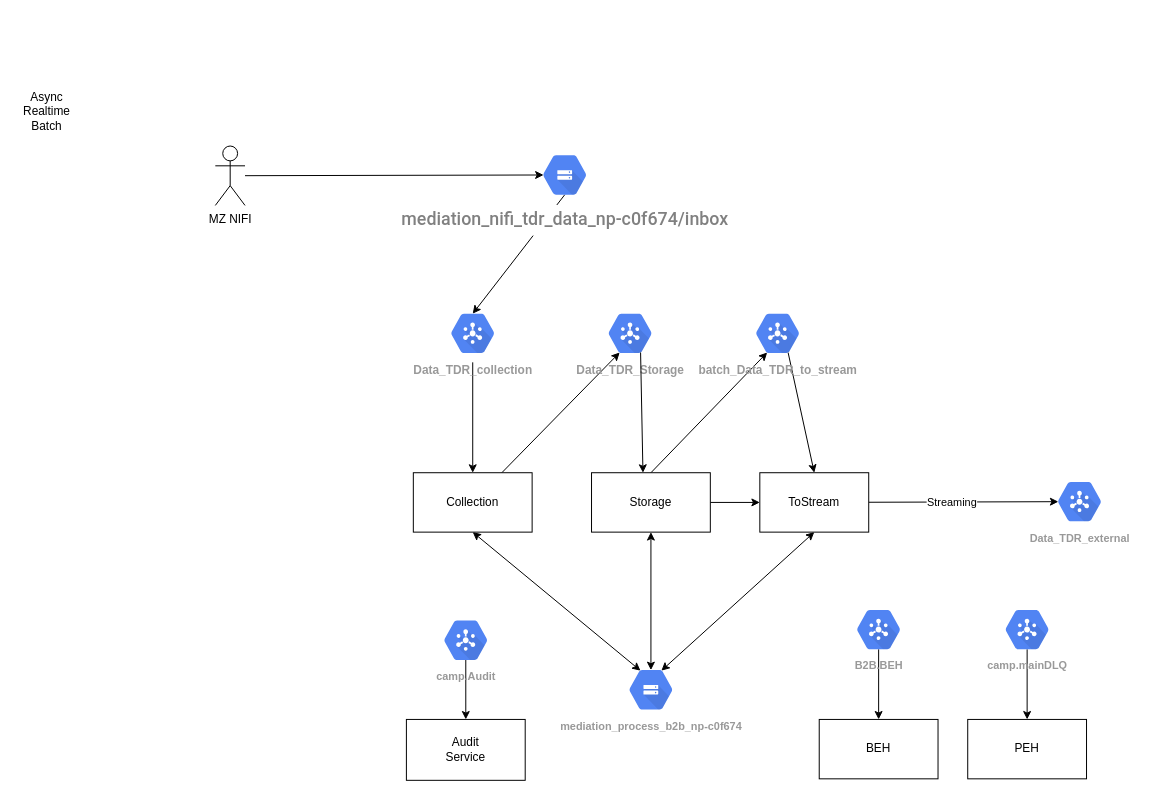
macsymwang/mediation-doc keeps this draw.io diagram as mindmap/b2bflow.drawio. Above is the earlier version. Source tidied: cells renumbered, new cells numbered last; positions are measured from the earlier drawing's top-left corner, leaving out a move shared by most shapes. Both pictures are drawn from the tidied source at 99%, with x=0, y=0 at pixel (17, 96).
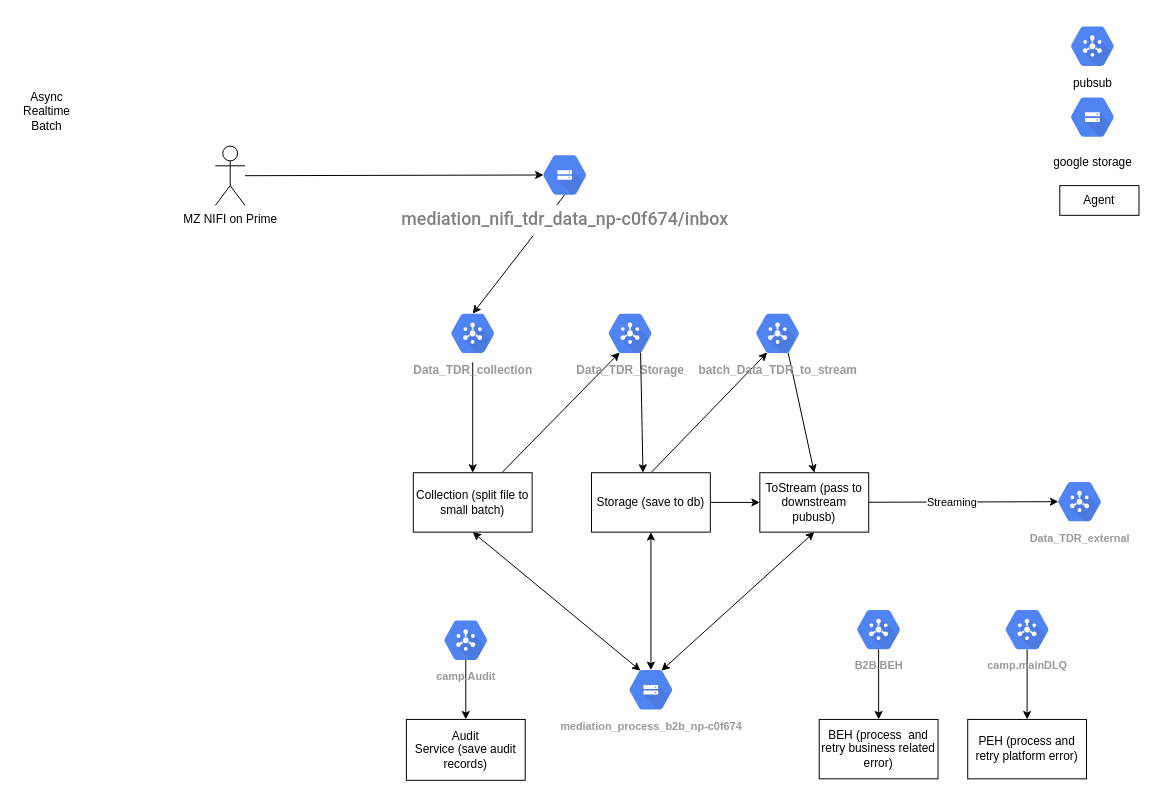
The same diagram, later.

The edit, as a diff of the source:
```diff
@@
-    <mxCell id="4" value="Collection" style="rounded=0;whiteSpace=wrap;html=1;" parent="1" vertex="1">
+    <mxCell id="4" value="Collection (split file to small batch)" style="rounded=0;whiteSpace=wrap;html=1;" parent="1" vertex="1">
       <mxGeometry x="400" y="380" width="120" height="60" as="geometry" />
     </mxCell>
@@
-    <mxCell id="8" value="Storage" style="rounded=0;whiteSpace=wrap;html=1;" parent="1" vertex="1">
+    <mxCell id="8" value="Storage (save to db)" style="rounded=0;whiteSpace=wrap;html=1;" parent="1" vertex="1">
       <mxGeometry x="580" y="380" width="120" height="60" as="geometry" />
     </mxCell>
@@
-    <mxCell id="12" value="ToStream" style="rounded=0;whiteSpace=wrap;html=1;" parent="1" vertex="1">
+    <mxCell id="12" value="ToStream (pass to downstream pubusb)" style="rounded=0;whiteSpace=wrap;html=1;" parent="1" vertex="1">
       <mxGeometry x="750" y="380" width="110" height="60" as="geometry" />
     </mxCell>
@@
-    <mxCell id="16" value="MZ NIFI" style="shape=umlActor;verticalLabelPosition=bottom;verticalAlign=top;html=1;outlineConnect=0;" parent="1" vertex="1">
+    <mxCell id="16" value="MZ NIFI on Prime" style="shape=umlActor;verticalLabelPosition=bottom;verticalAlign=top;html=1;outlineConnect=0;" parent="1" vertex="1">
       <mxGeometry x="200" y="50" width="30" height="60" as="geometry" />
     </mxCell>
@@
-    <mxCell id="26" value="BEH" style="rounded=0;whiteSpace=wrap;html=1;" parent="1" vertex="1">
+    <mxCell id="26" value="BEH (process&amp;nbsp; and retry business related error)" style="rounded=0;whiteSpace=wrap;html=1;" parent="1" vertex="1">
       <mxGeometry x="810" y="629.2" width="120" height="60" as="geometry" />
     </mxCell>
-    <mxCell id="27" value="PEH" style="rounded=0;whiteSpace=wrap;html=1;" parent="1" vertex="1">
+    <mxCell id="27" value="PEH (process and retry platform error)" style="rounded=0;whiteSpace=wrap;html=1;" parent="1" vertex="1">
       <mxGeometry x="960" y="629.2" width="120" height="60" as="geometry" />
     </mxCell>
@@
-    <mxCell id="34" value="Audit&lt;br&gt;Service" style="rounded=0;whiteSpace=wrap;html=1;" parent="1" vertex="1">
+    <mxCell id="34" value="Audit&lt;br&gt;Service (save audit records)" style="rounded=0;whiteSpace=wrap;html=1;" parent="1" vertex="1">
       <mxGeometry x="393" y="629.2" width="120" height="61.5" as="geometry" />
     </mxCell>
+    <mxCell id="35" value="&lt;h2 style=&quot;box-sizing: border-box; border: 0px; margin-right: 0px; margin-bottom: 8px; margin-left: 0px; outline: 0px; padding: 0px; vertical-align: baseline; text-rendering: auto; overflow-wrap: break-word; position: relative; line-height: 28px; max-width: 512px; bottom: auto; word-break: break-word; text-align: start; background-color: rgb(255, 255, 255); margin-top: 0px !important;&quot; class=&quot;cfc-space-first ng-star-inserted&quot;&gt;&lt;font color=&quot;#000000&quot; size=&quot;1&quot;&gt;&lt;span style=&quot;font-weight: 500; font-size: 12px;&quot;&gt;google storage&lt;/span&gt;&lt;/font&gt;&lt;/h2&gt;" style="sketch=0;html=1;fillColor=#5184F3;strokeColor=none;verticalAlign=top;labelPosition=center;verticalLabelPosition=bottom;align=center;spacingTop=-6;fontSize=11;fontStyle=1;fontColor=#999999;shape=mxgraph.gcp2.hexIcon;prIcon=cloud_storage;" parent="1" vertex="1">
+      <mxGeometry x="1053" y="-8.5" width="66" height="58.5" as="geometry" />
+    </mxCell>
+    <mxCell id="36" value="&lt;font style=&quot;font-size: 12px;&quot;&gt;&lt;span style=&quot;font-weight: normal;&quot;&gt;&lt;font color=&quot;#000000&quot;&gt;pubsub&lt;/font&gt;&lt;/span&gt;&lt;br&gt;&lt;/font&gt;" style="sketch=0;html=1;fillColor=#5184F3;strokeColor=none;verticalAlign=top;labelPosition=center;verticalLabelPosition=bottom;align=center;spacingTop=-6;fontSize=11;fontStyle=1;fontColor=#999999;shape=mxgraph.gcp2.hexIcon;prIcon=cloud_pubsub;" parent="1" vertex="1">
+      <mxGeometry x="1053" y="-80" width="66" height="58.5" as="geometry" />
+    </mxCell>
+    <mxCell id="37" value="Agent" style="rounded=0;whiteSpace=wrap;html=1;fontFamily=Helvetica;fontSize=12;fontColor=#000000;" parent="1" vertex="1">
+      <mxGeometry x="1053" y="90" width="80" height="30" as="geometry" />
+    </mxCell>
```
